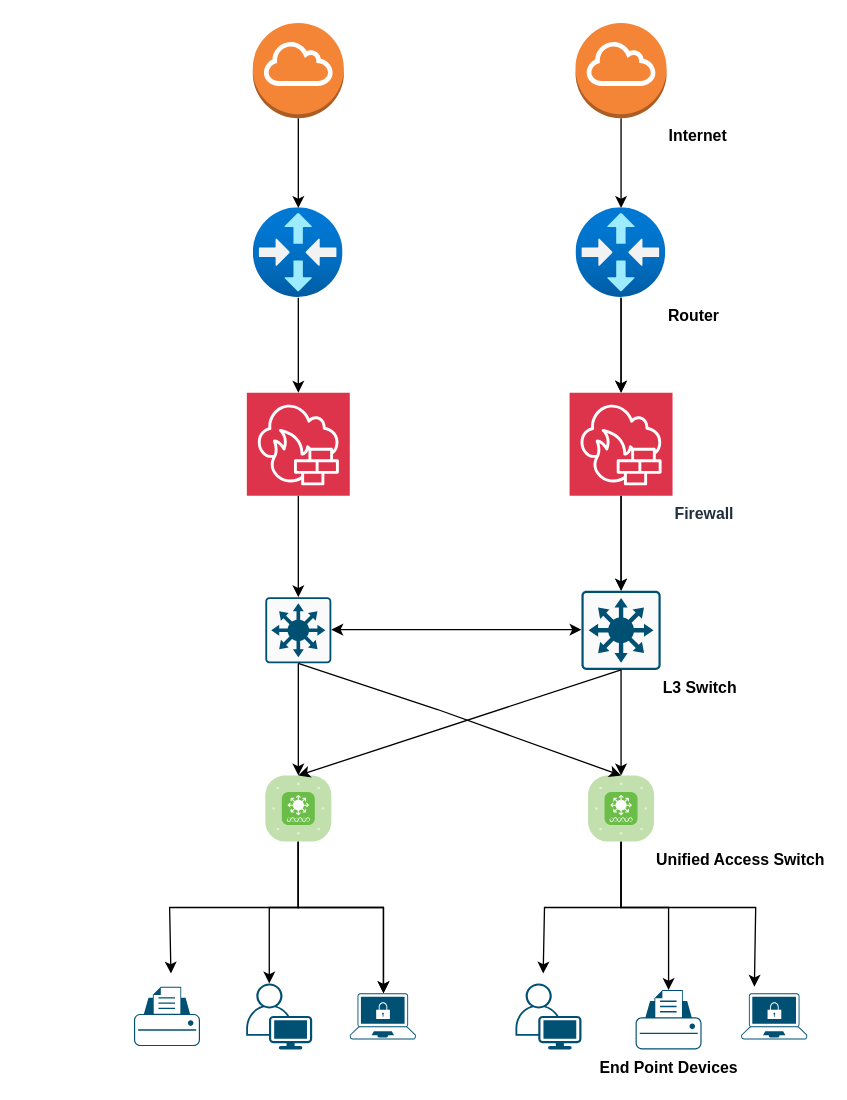
BhanuTeja76/DBS keeps this draw.io diagram as page "network Architecture" (3 of 3) of Untitled Diagram.drawio. Above is the earlier version. Source tidied: cells renumbered, new cells numbered last; positions are measured from the earlier drawing's top-left corner, leaving out a move shared by most shapes. Both pictures are drawn from the tidied source at 132%, with x=0, y=0 at pixel (133, 22).
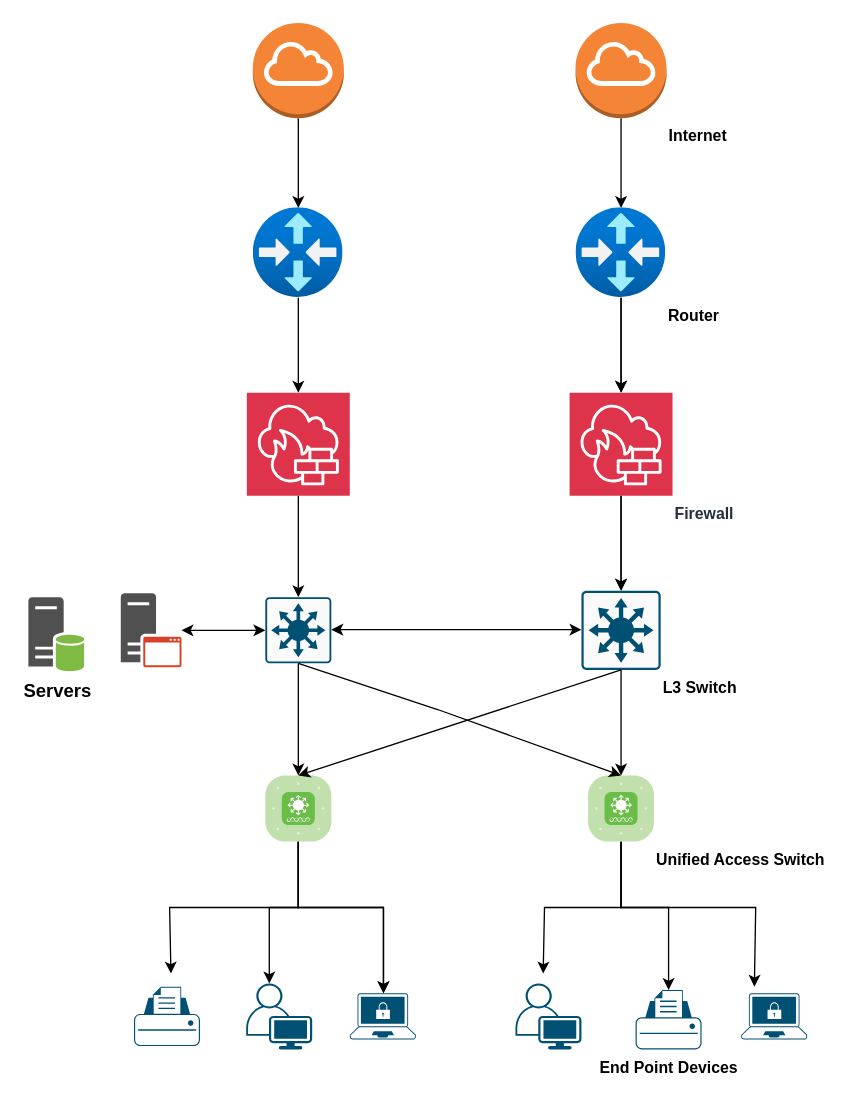
After the change.

Unchanged cells that the change refers to:
```xml
<mxCell id="14" style="sketch=0;points=[[0.015,0.015,0],[0.985,0.015,0],[0.985,0.985,0],[0.015,0.985,0],[0.25,0,0],[0.5,0,0],[0.75,0,0],[1,0.25,0],[1,0.5,0],[1,0.75,0],[0.75,1,0],[0.5,1,0],[0.25,1,0],[0,0.75,0],[0,0.5,0],[0,0.25,0]];verticalLabelPosition=bottom;html=1;verticalAlign=top;align=center;shape=mxgraph.cisco19.rect;prIcon=l3_switch;fillColor=#FAFAFA;strokeColor=#005073;" parent="1" vertex="1">
  <mxGeometry x="99.5" y="435" width="50" height="50" as="geometry" />
</mxCell>
```

Change to the diagram source:
```diff
@@
+    <mxCell id="38" value="Servers" style="sketch=0;shadow=0;dashed=0;html=1;strokeColor=none;fillColor=#505050;labelPosition=center;verticalLabelPosition=bottom;verticalAlign=top;align=center;shape=mxgraph.office.servers.database_server_green;fontStyle=1;fontSize=14;" parent="1" vertex="1">
+      <mxGeometry x="-80" y="435" width="43" height="56" as="geometry" />
+    </mxCell>
+    <mxCell id="39" style="sketch=0;shadow=0;dashed=0;html=1;strokeColor=none;fillColor=#505050;labelPosition=center;verticalLabelPosition=bottom;verticalAlign=top;outlineConnect=0;align=center;shape=mxgraph.office.servers.application_server_orange;" parent="1" vertex="1">
+      <mxGeometry x="-10" y="432" width="46" height="56" as="geometry" />
+    </mxCell>
+    <mxCell id="40" style="endArrow=classic;startArrow=classic;html=1;rounded=0;entryX=0;entryY=0.5;entryDx=0;entryDy=0;entryPerimeter=0;" parent="1" edge="1" source="39" target="14">
+      <mxGeometry relative="1" as="geometry" />
+    </mxCell>
```
